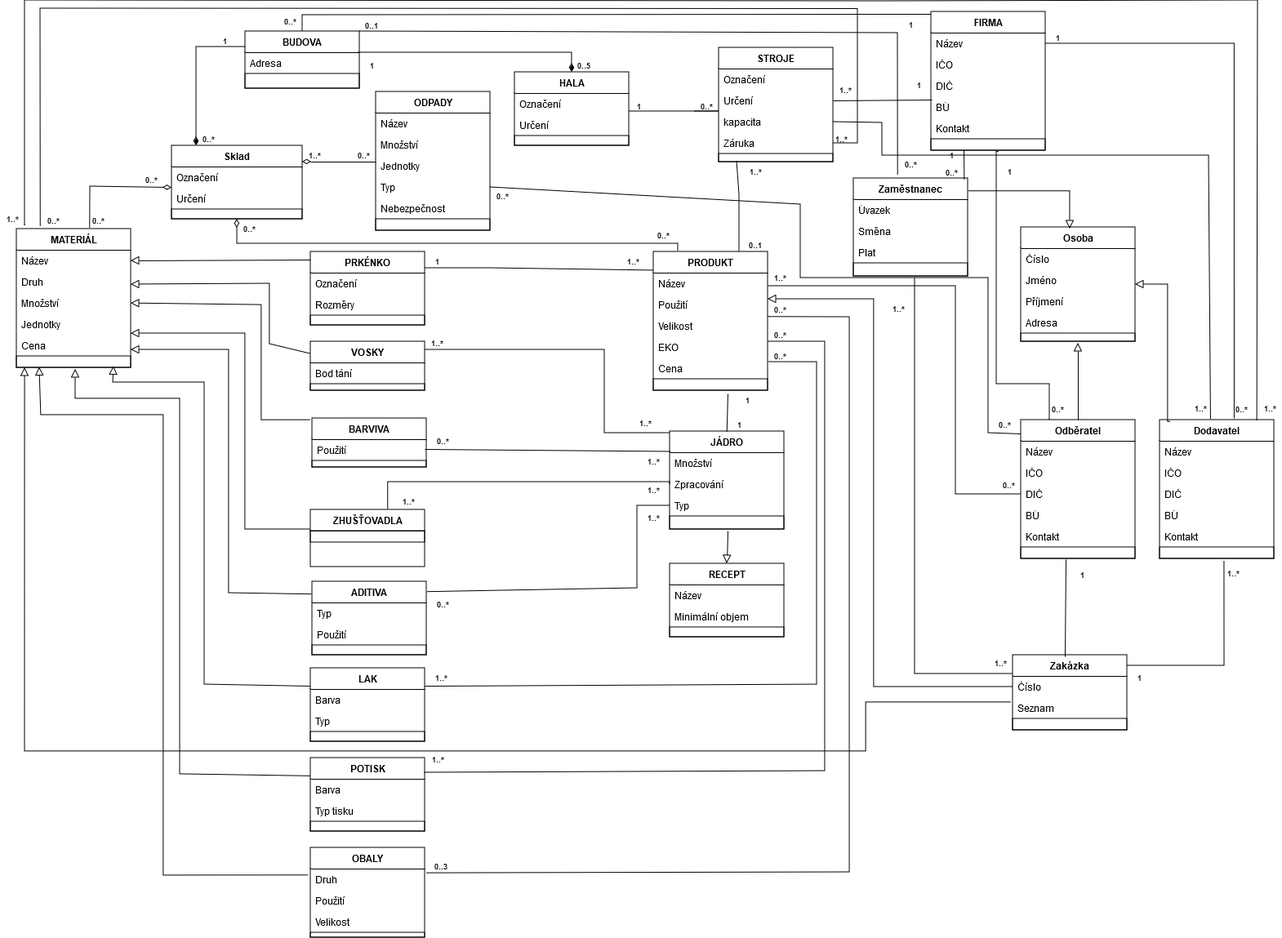
Earlier version of the draw.io export SW_ING/Kosmeticka_tuzka.drawio.png (KarelMasa/pg). Source tidied: cells renumbered, new cells last; positions are measured from the earlier drawing's top-left corner, leaving out a move shared by most shapes.
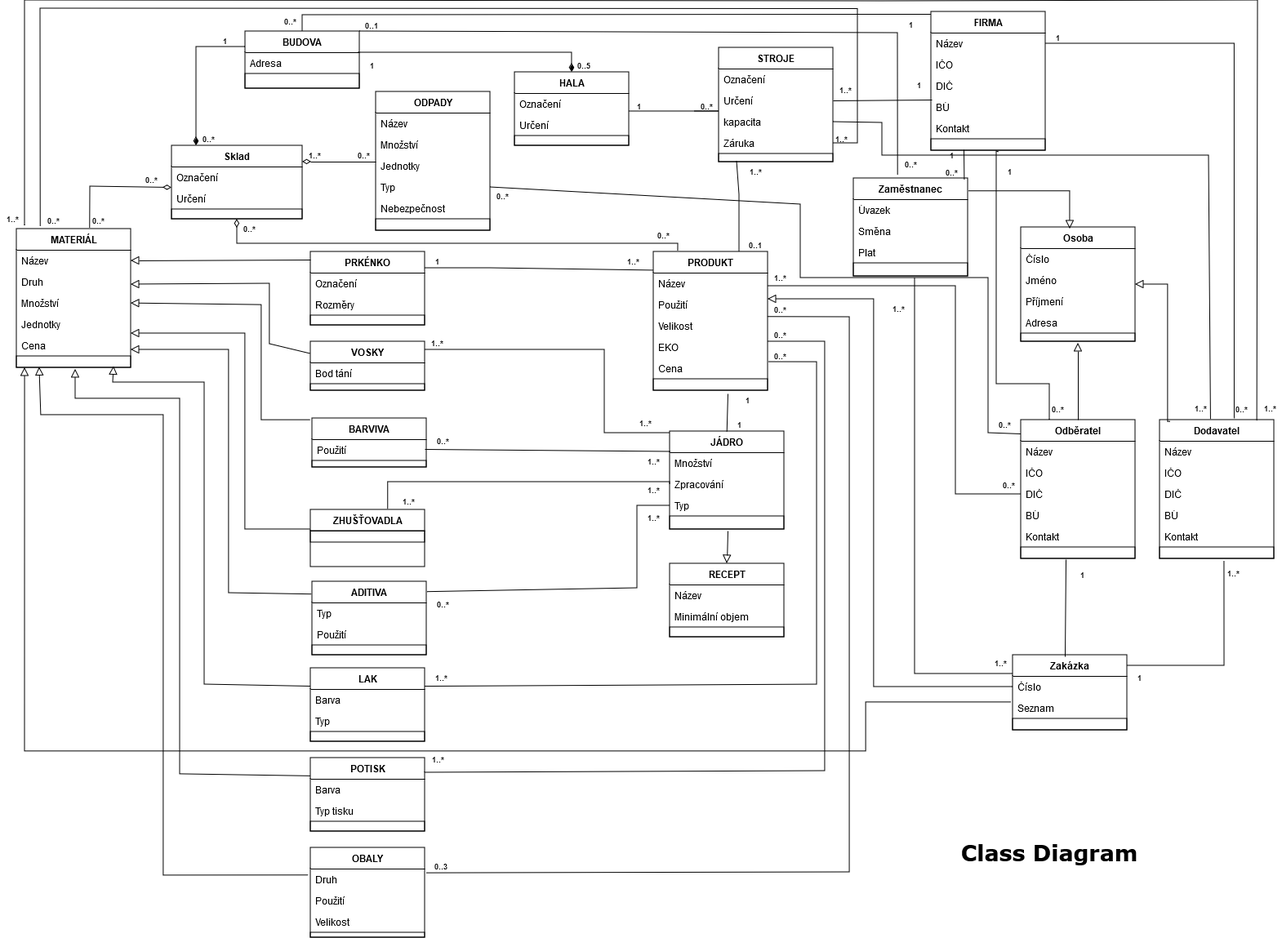
The same file after the commit.

Diff of the diagram source:
```diff
@@ -848,5 +848,8 @@
         </Array>
       </mxGeometry>
     </mxCell>
+    <mxCell id="218" value="Class Diagram" style="text;strokeColor=none;align=center;fillColor=none;html=1;verticalAlign=middle;whiteSpace=wrap;rounded=0;fontSize=27;fontStyle=1;fontFamily=Verdana;" parent="1" vertex="1">
+      <mxGeometry x="1140" y="1018" width="290" height="52" as="geometry" />
+    </mxCell>
   </root>
 </mxGraphModel>
```
